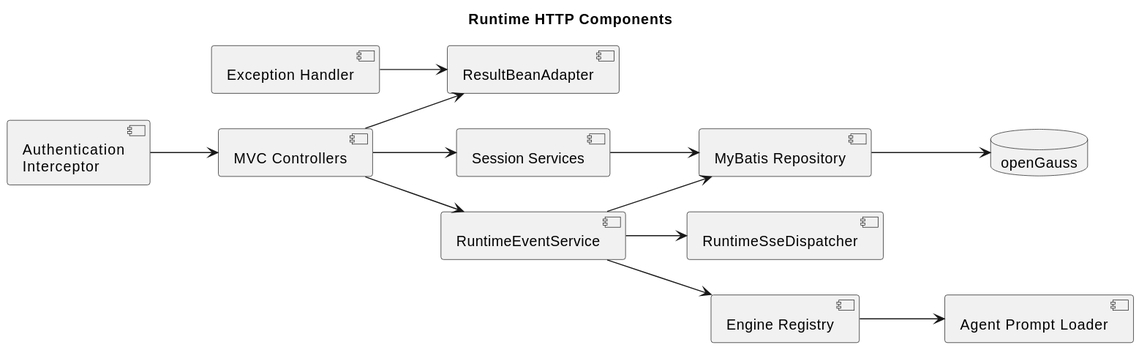
This is docs/designs/coding-agent-cli/runtime-http-components.svg from 2862282695gjh-afk/pi-mono-java, a PlantUML export, as it was before one commit.
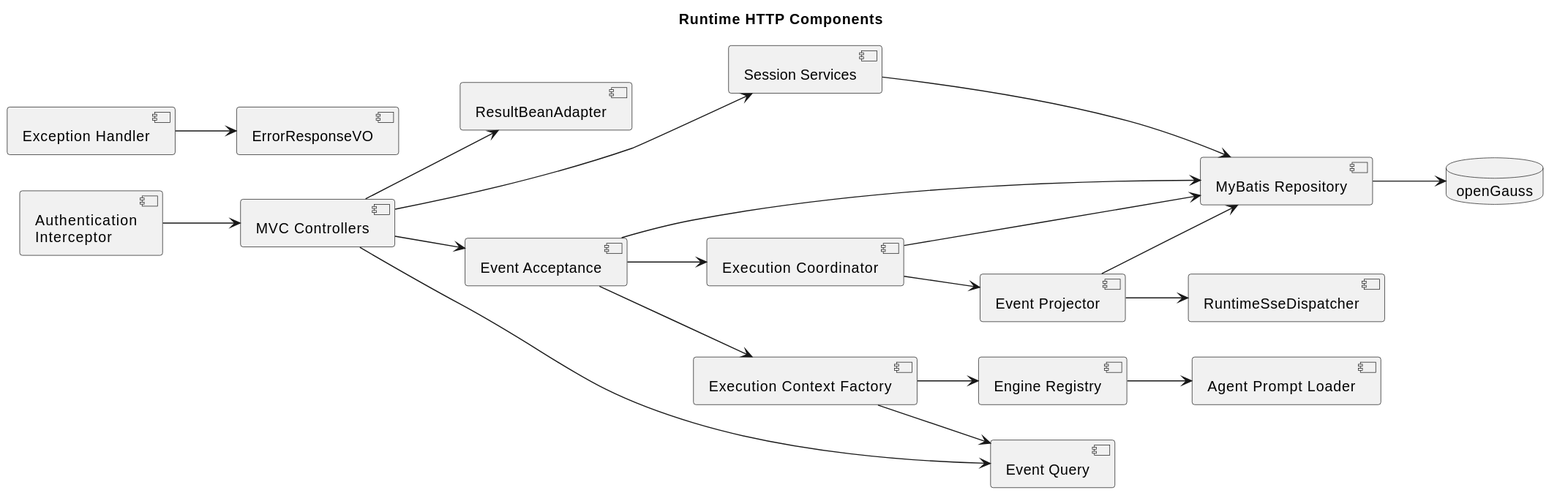
After the commit.

Change to the diagram source:
```diff
@@ -7,8 +7,13 @@
 component "Authentication\nInterceptor" as Auth
 component "Exception Handler" as Errors
 component "ResultBeanAdapter" as Result
+component "ErrorResponseVO" as ErrorBody
 component "Session Services" as Sessions
-component "RuntimeEventService" as Events
+component "Event Acceptance" as Events
+component "Event Query" as Queries
+component "Execution Context Factory" as Context
+component "Execution Coordinator" as Coordinator
+component "Event Projector" as Projector
 component "RuntimeSseDispatcher" as Sse
 component "Engine Registry" as Engine
 component "Agent Prompt Loader" as Prompt
@@ -18,12 +23,19 @@
 Auth --> Controllers
 Controllers --> Sessions
 Controllers --> Events
+Controllers --> Queries
 Controllers --> Result
-Errors --> Result
+Errors --> ErrorBody
 Sessions --> Repository
 Events --> Repository
-Events --> Engine
-Events --> Sse
+Events --> Context
+Events --> Coordinator
+Context --> Queries
+Context --> Engine
+Coordinator --> Projector
+Coordinator --> Repository
+Projector --> Repository
+Projector --> Sse
 Engine --> Prompt
 Repository --> Db
 @enduml
```
